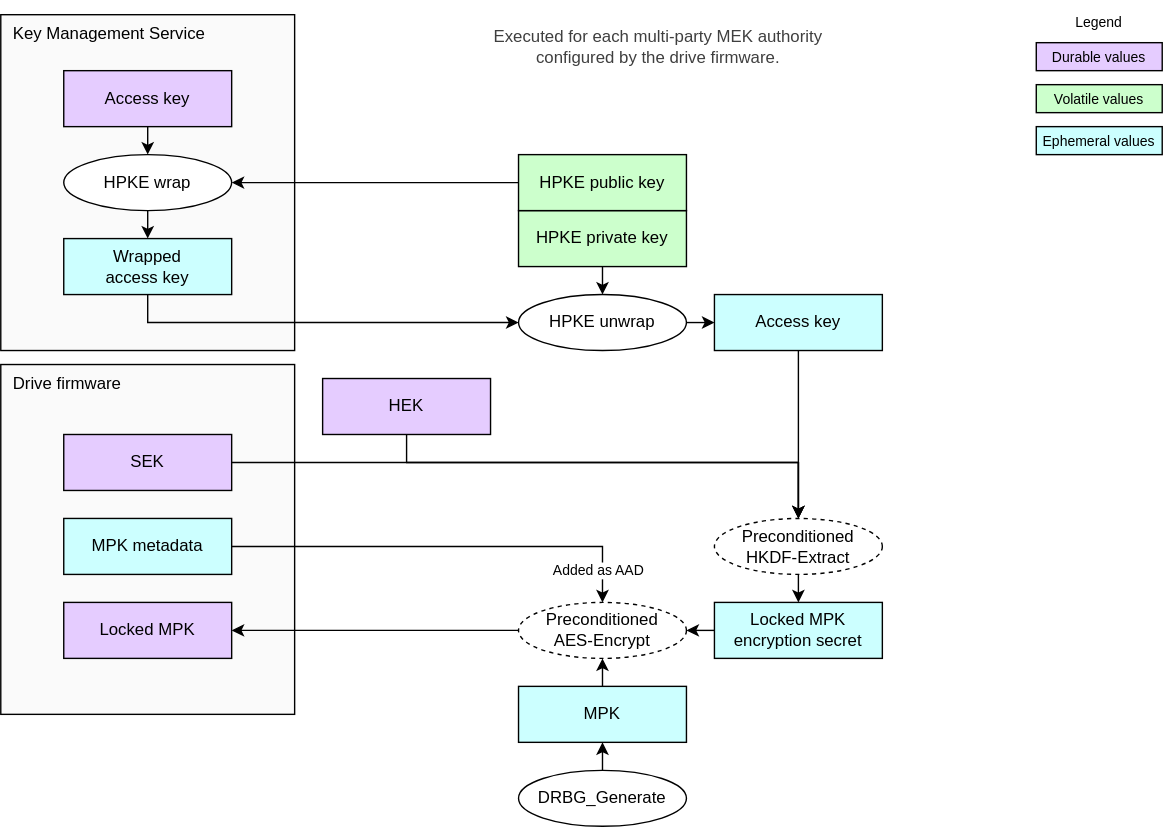
Earlier version of the draw.io export doc/ocp_lock/diagrams/mpk_generate.drawio.svg (chipsalliance/Caliptra). Source tidied: cells renumbered, new cells last; positions are measured from the earlier drawing's top-left corner, leaving out a move shared by most shapes.
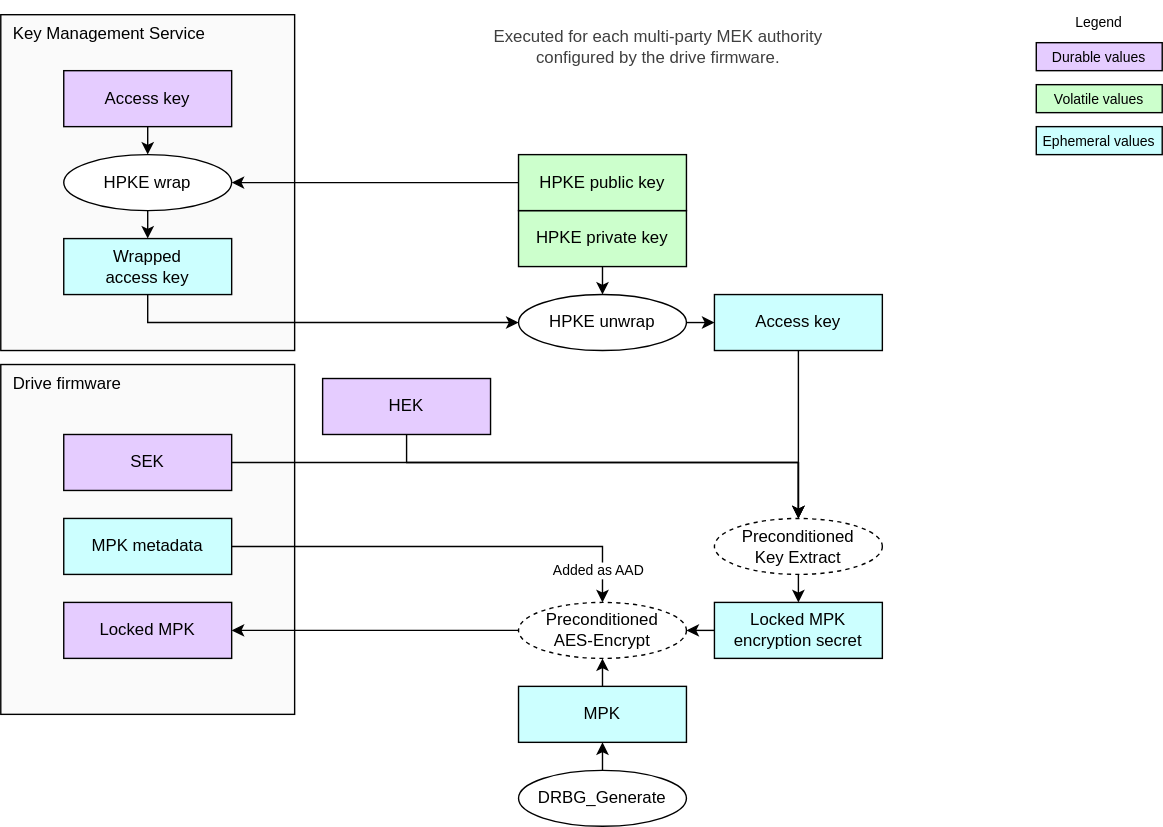
Above is the later version.

Commit message:
Remove references to HKDF.

What changed in the source:
```diff
@@ -23,7 +23,7 @@
     <mxCell id="8" value="&lt;div&gt;&lt;font color=&quot;#000000&quot;&gt;Access key&lt;/font&gt;&lt;/div&gt;" style="rounded=0;whiteSpace=wrap;html=1;align=center;verticalAlign=middle;shadow=0;glass=0;spacingLeft=0;spacingBottom=0;spacingTop=0;fillColor=#CCFFFF;" parent="1" vertex="1">
       <mxGeometry x="510" y="210" width="120" height="40" as="geometry" />
     </mxCell>
-    <mxCell id="9" value="Preconditioned&lt;div&gt;HKDF-Extract&lt;/div&gt;" style="ellipse;whiteSpace=wrap;html=1;fillColor=#FFFFFF;dashed=1;" parent="1" vertex="1">
+    <mxCell id="9" value="&lt;span style=&quot;color: rgb(0, 0, 0);&quot;&gt;Preconditioned&lt;/span&gt;&lt;div&gt;Key Extract&lt;/div&gt;" style="ellipse;whiteSpace=wrap;html=1;fillColor=#FFFFFF;dashed=1;" parent="1" vertex="1">
       <mxGeometry x="510" y="370" width="120" height="40" as="geometry" />
     </mxCell>
     <mxCell id="10" value="Preconditioned&lt;div&gt;AES-Encrypt&lt;/div&gt;" style="ellipse;whiteSpace=wrap;html=1;fillColor=#FFFFFF;dashed=1;" parent="1" vertex="1">
```
